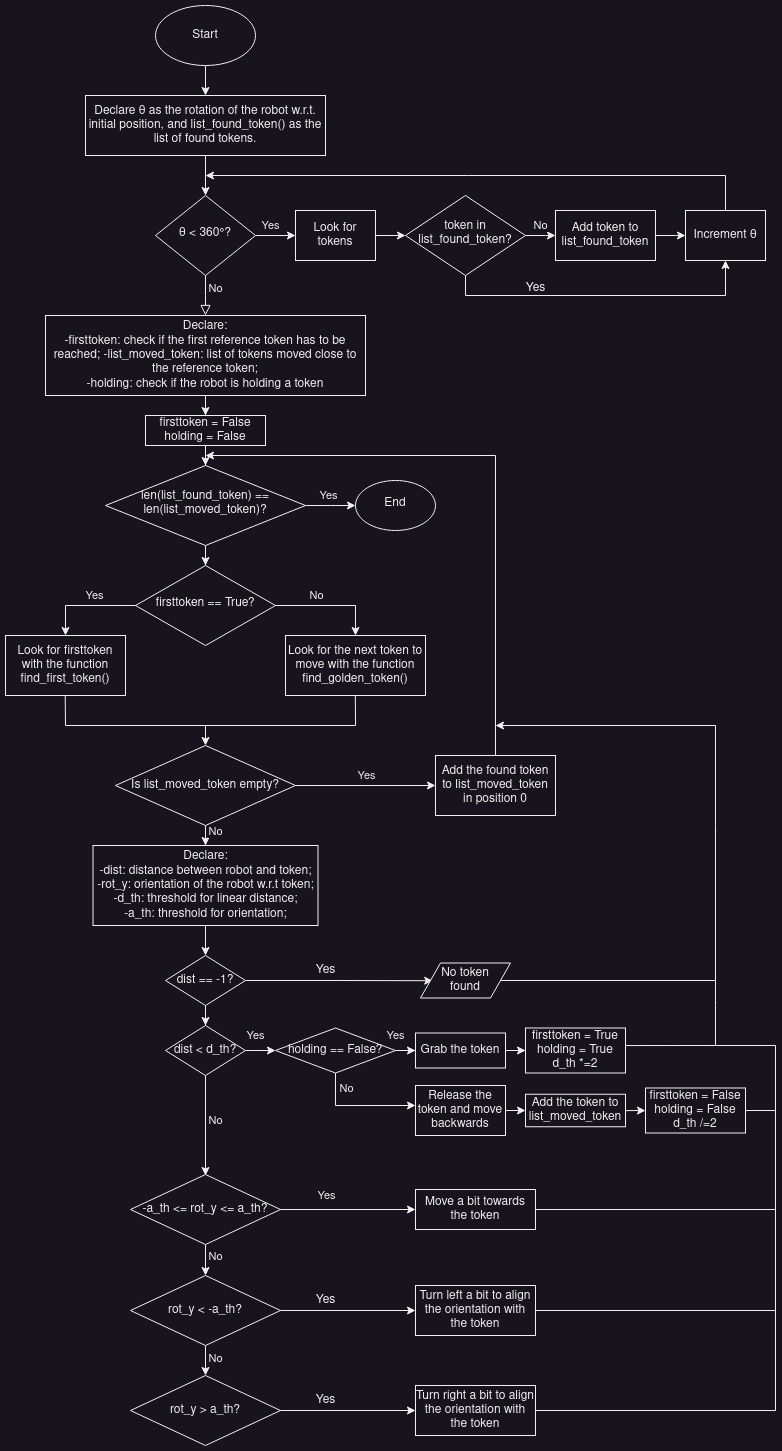
This is robot-sim/flowchart/assignment_1_flowchart.png from Condorr001/First_Assignment_RT1, a draw.io export, as it was before one commit. Source tidied: cells renumbered, new cells last; positions are measured from the earlier drawing's top-left corner, leaving out a move shared by most shapes.
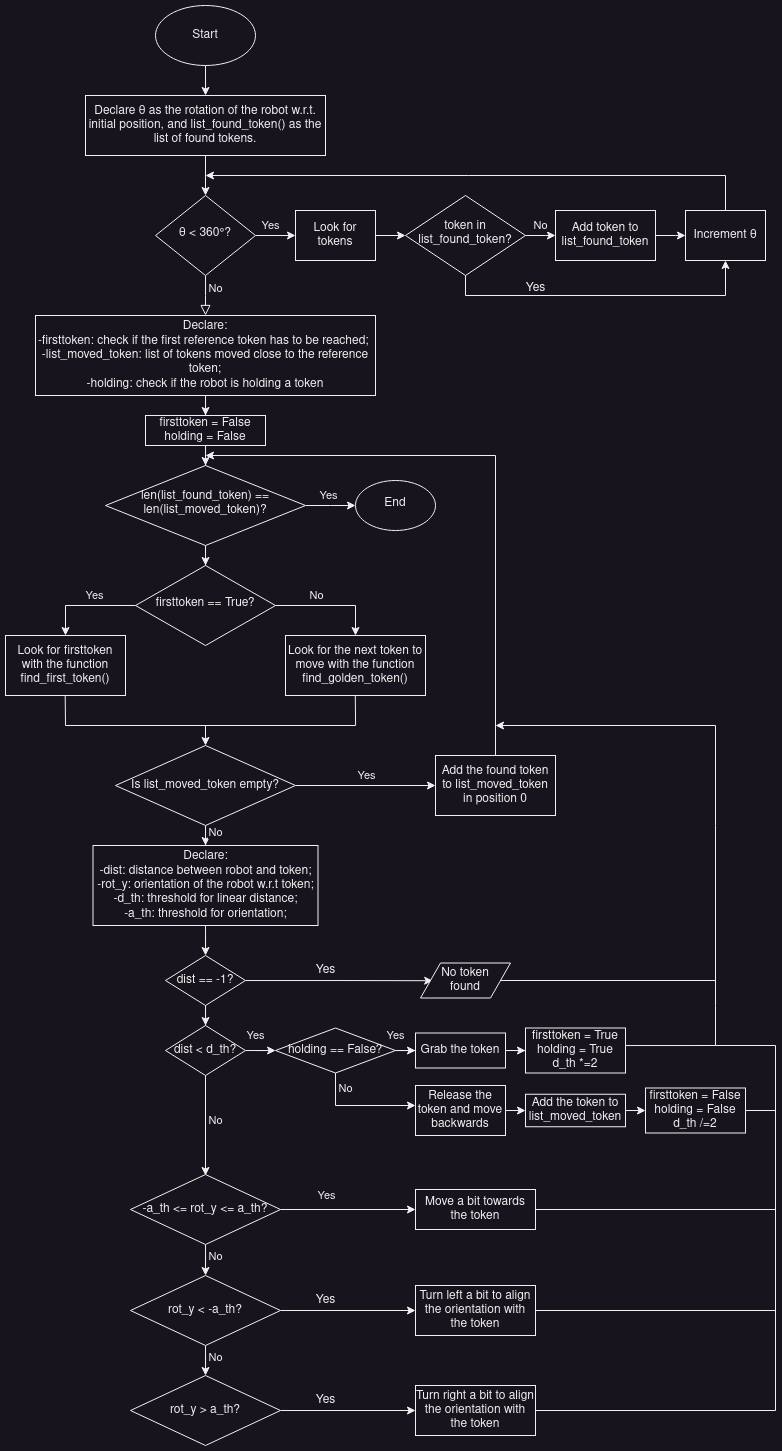
After the commit.

Commit message:
Better picture for flowchart in README

The edit, as a diff of the source:
```diff
@@ -94,8 +94,8 @@
     <mxCell id="24" style="edgeStyle=orthogonalEdgeStyle;rounded=0;jettySize=auto;html=1;" parent="1" edge="1" source="25" target="32">
       <mxGeometry relative="1" as="geometry" />
     </mxCell>
-    <mxCell id="25" value="&lt;div&gt;Declare:&lt;/div&gt;&lt;div&gt;-firsttoken: check if the first reference token has to be reached; -list_moved_token: list of tokens moved close to the reference token;&lt;/div&gt;&lt;div&gt;-holding: check if the robot is holding a token&lt;br&gt;&lt;/div&gt;" style="rounded=0;whiteSpace=wrap;html=1;" parent="1" vertex="1">
-      <mxGeometry x="40" y="310" width="320" height="80" as="geometry" />
+    <mxCell id="25" value="&lt;div&gt;Declare:&lt;/div&gt;&lt;div&gt;-firsttoken: check if the first reference token has to be reached;&amp;nbsp;&lt;/div&gt;&lt;div&gt;-list_moved_token: list of tokens moved close to the reference token;&lt;/div&gt;&lt;div&gt;-holding: check if the robot is holding a token&lt;br&gt;&lt;/div&gt;" style="rounded=0;whiteSpace=wrap;html=1;" parent="1" vertex="1">
+      <mxGeometry x="30" y="310" width="340" height="80" as="geometry" />
     </mxCell>
     <mxCell id="26" style="edgeStyle=orthogonalEdgeStyle;rounded=0;jettySize=auto;html=1;" parent="1" edge="1" source="29">
       <mxGeometry relative="1" as="geometry">
```
